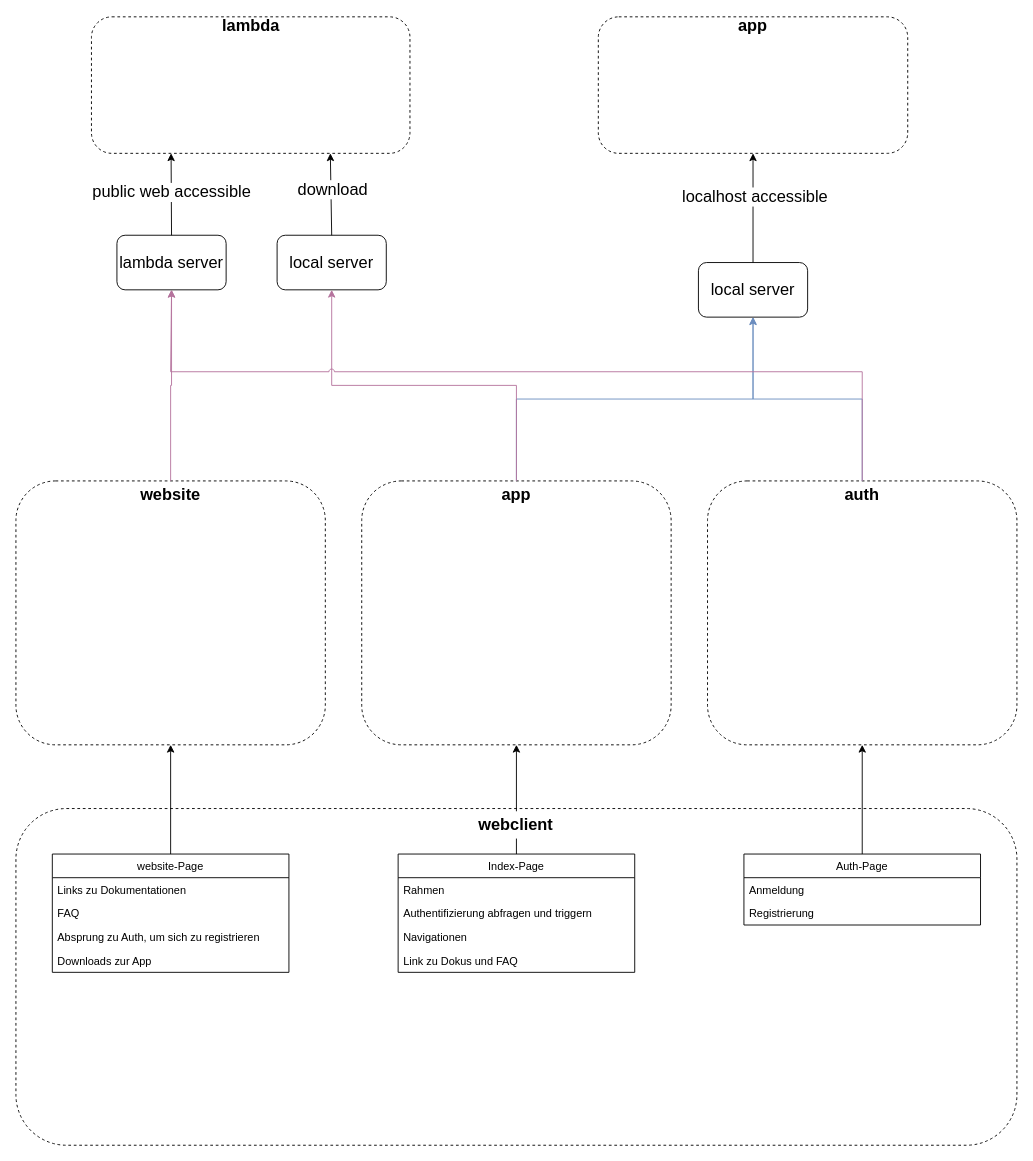
Above: diagrams/application_model.drawio in TimoSto/ThesorTeX (draw.io), before the change. Source tidied: cells renumbered, new cells numbered last; positions are measured from the earlier drawing's top-left corner, leaving out a move shared by most shapes. Both pictures are drawn from the tidied source at 91%, with x=0, y=0 at pixel (15, 16).
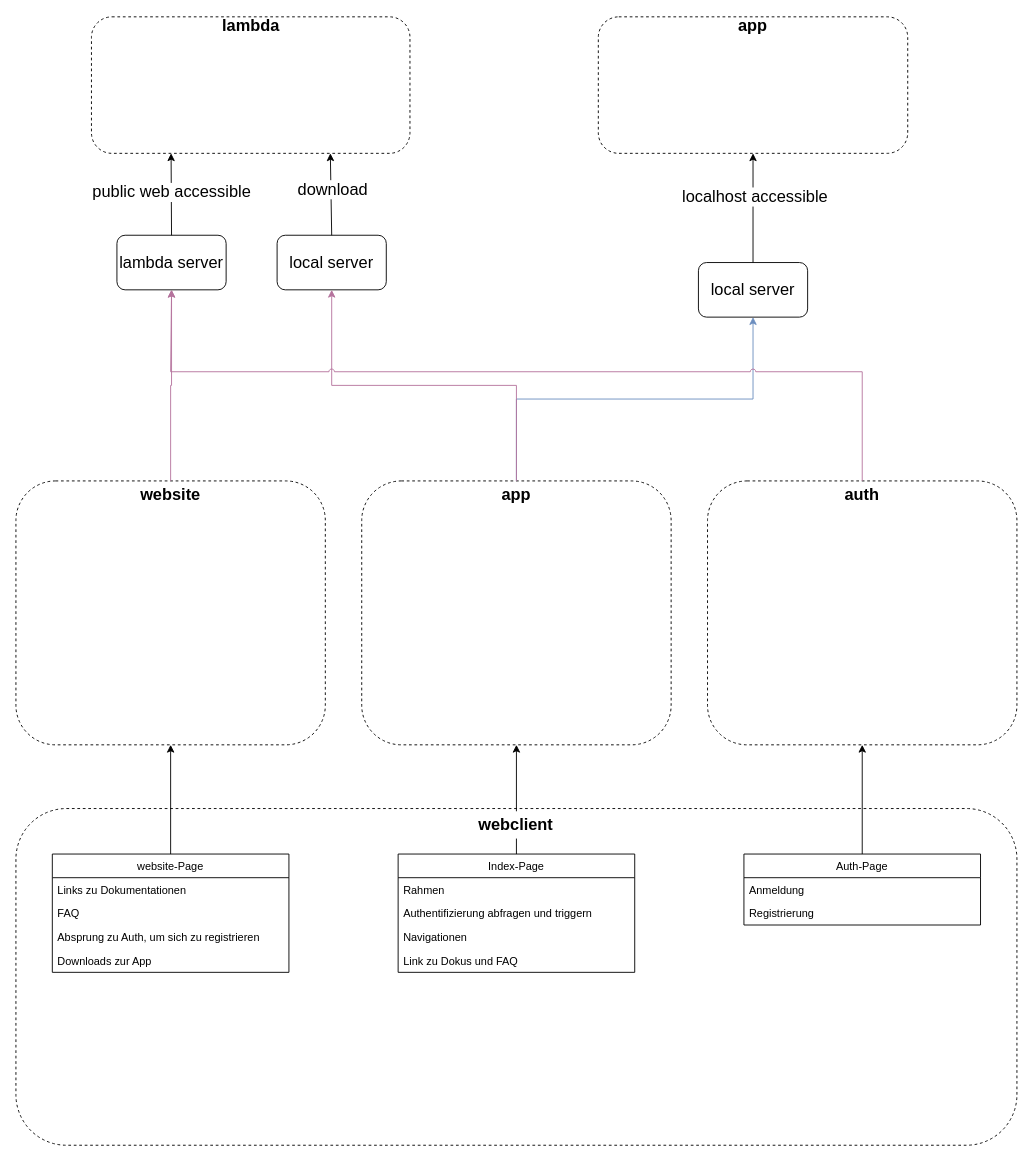
The same page after the edit.

The change refers to these unchanged cells:
```xml
<mxCell id="8" value="&lt;font style=&quot;font-size: 18px;&quot;&gt;&lt;b&gt;auth&lt;/b&gt;&lt;/font&gt;" style="text;html=1;strokeColor=none;fillColor=none;align=center;verticalAlign=middle;whiteSpace=wrap;rounded=0;dashed=1;" parent="6" vertex="1">
  <mxGeometry x="125" width="90" height="30" as="geometry" />
</mxCell>
<mxCell id="36" value="local server" style="rounded=1;whiteSpace=wrap;html=1;fontSize=18;fillColor=default;" parent="1" vertex="1">
  <mxGeometry x="750" y="270" width="120" height="60" as="geometry" />
</mxCell>
```

Change to the diagram source:
```diff
@@
-    <mxCell id="35" style="endArrow=classic;html=1;rounded=0;fontSize=18;exitX=0.5;exitY=0;exitDx=0;exitDy=0;edgeStyle=orthogonalEdgeStyle;entryX=0.5;entryY=1;entryDx=0;entryDy=0;strokeColor=#6c8ebf;fillColor=#dae8fc;" parent="1" edge="1" source="8" target="36">
-      <mxGeometry relative="1" as="geometry" />
-    </mxCell>
```
